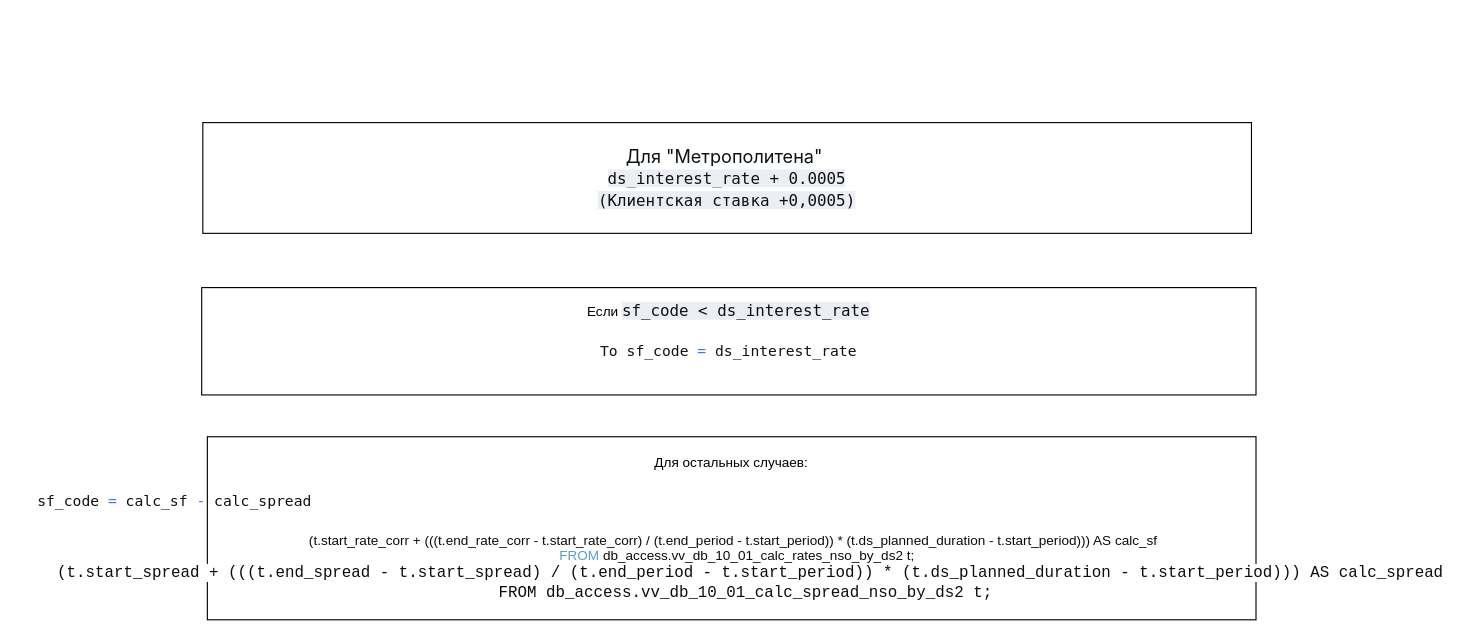
This is page "НСО" (2 of 2) of Диаграмма без названия.drawio from NATALYAAAAAAAA/potter, a draw.io file, before an edit. Source tidied: cells renumbered, new cells numbered last; positions are measured from the earlier drawing's top-left corner, leaving out a move shared by most shapes. Both pictures are drawn from the tidied source at 113%, with x=0, y=0 at pixel (201, 122).
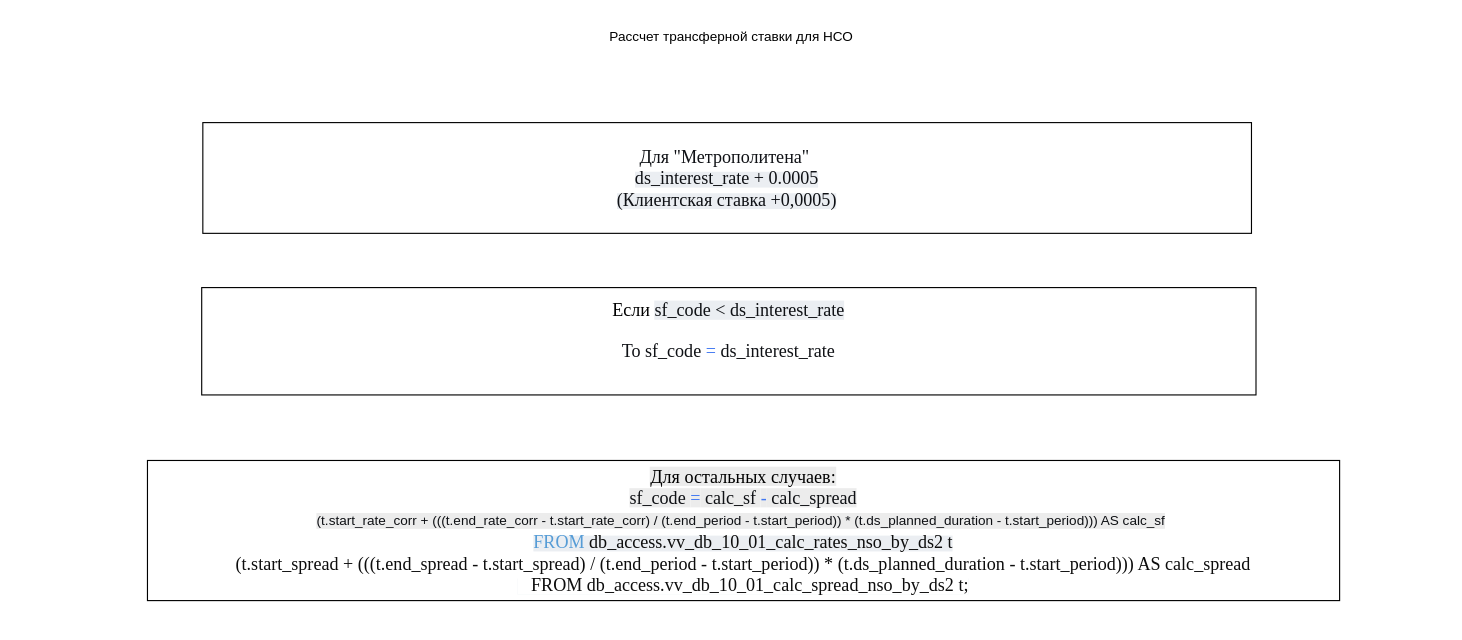
The same page after the edit.

Change to the diagram source:
```diff
@@
 <mxGraphModel>
   <root>
     <mxCell id="0" />
     <mxCell id="1" parent="0" />
-    <mxCell id="2" value="&lt;span style=&quot;color: rgb(15, 17, 21); font-family: quote-cjk-patch, Inter, system-ui, -apple-system, BlinkMacSystemFont, &amp;quot;Segoe UI&amp;quot;, Roboto, Oxygen, Ubuntu, Cantarell, &amp;quot;Open Sans&amp;quot;, &amp;quot;Helvetica Neue&amp;quot;, sans-serif; font-size: 16px; text-align: start; background-color: rgb(255, 255, 255);&quot;&gt;Для &quot;Метрополитена&quot;&amp;nbsp;&lt;/span&gt;&lt;div&gt;&lt;span style=&quot;color: rgb(15, 17, 21); font-family: quote-cjk-patch, Inter, system-ui, -apple-system, BlinkMacSystemFont, &amp;quot;Segoe UI&amp;quot;, Roboto, Oxygen, Ubuntu, Cantarell, &amp;quot;Open Sans&amp;quot;, &amp;quot;Helvetica Neue&amp;quot;, sans-serif; font-size: 16px; text-align: start; background-color: rgb(255, 255, 255);&quot;&gt;&lt;span style=&quot;font-family: Menlo, Monaco, Consolas, &amp;quot;Cascadia Mono&amp;quot;, &amp;quot;Ubuntu Mono&amp;quot;, &amp;quot;DejaVu Sans Mono&amp;quot;, &amp;quot;Liberation Mono&amp;quot;, &amp;quot;JetBrains Mono&amp;quot;, &amp;quot;Fira Code&amp;quot;, Cousine, &amp;quot;Roboto Mono&amp;quot;, &amp;quot;Courier New&amp;quot;, Courier, sans-serif, system-ui; font-size: 14px; background-color: rgb(235, 238, 242);&quot;&gt;ds_interest_rate + 0.0005&lt;/span&gt;&lt;/span&gt;&lt;/div&gt;&lt;div&gt;&lt;span style=&quot;color: rgb(15, 17, 21); text-align: start; background-color: rgb(255, 255, 255); font-size: 16px; font-family: quote-cjk-patch, Inter, system-ui, -apple-system, BlinkMacSystemFont, &amp;quot;Segoe UI&amp;quot;, Roboto, Oxygen, Ubuntu, Cantarell, &amp;quot;Open Sans&amp;quot;, &amp;quot;Helvetica Neue&amp;quot;, sans-serif;&quot;&gt;&lt;span style=&quot;font-family: Menlo, Monaco, Consolas, &amp;quot;Cascadia Mono&amp;quot;, &amp;quot;Ubuntu Mono&amp;quot;, &amp;quot;DejaVu Sans Mono&amp;quot;, &amp;quot;Liberation Mono&amp;quot;, &amp;quot;JetBrains Mono&amp;quot;, &amp;quot;Fira Code&amp;quot;, Cousine, &amp;quot;Roboto Mono&amp;quot;, &amp;quot;Courier New&amp;quot;, Courier, sans-serif, system-ui; font-size: 14px; background-color: rgb(235, 238, 242);&quot;&gt;(Клиентская ставка +0,0005)&lt;/span&gt;&lt;/span&gt;&lt;/div&gt;" style="rounded=0;whiteSpace=wrap;html=1;" parent="1" vertex="1">
+    <mxCell id="2" value="&lt;span style=&quot;color: rgb(15, 17, 21); text-align: start; background-color: rgb(255, 255, 255);&quot;&gt;&lt;font style=&quot;font-size: 16px;&quot; face=&quot;Times New Roman&quot;&gt;Для &quot;Метрополитена&quot;&amp;nbsp;&lt;/font&gt;&lt;/span&gt;&lt;div&gt;&lt;span style=&quot;color: rgb(15, 17, 21); text-align: start; background-color: rgb(255, 255, 255);&quot;&gt;&lt;span style=&quot;background-color: rgb(235, 238, 242);&quot;&gt;&lt;font style=&quot;font-size: 16px;&quot; face=&quot;Times New Roman&quot;&gt;ds_interest_rate + 0.0005&lt;/font&gt;&lt;/span&gt;&lt;/span&gt;&lt;/div&gt;&lt;div&gt;&lt;span style=&quot;color: rgb(15, 17, 21); text-align: start; background-color: rgb(255, 255, 255);&quot;&gt;&lt;span style=&quot;background-color: rgb(235, 238, 242);&quot;&gt;&lt;font style=&quot;font-size: 16px;&quot; face=&quot;Times New Roman&quot;&gt;(Клиентская ставка +0,0005)&lt;/font&gt;&lt;/span&gt;&lt;/span&gt;&lt;/div&gt;" style="rounded=0;whiteSpace=wrap;html=1;" parent="1" vertex="1">
       <mxGeometry x="1" width="928" height="98" as="geometry" />
     </mxCell>
-    <mxCell id="3" value="Если&amp;nbsp;&lt;span style=&quot;color: rgb(15, 17, 21); font-family: Menlo, Monaco, Consolas, &amp;quot;Cascadia Mono&amp;quot;, &amp;quot;Ubuntu Mono&amp;quot;, &amp;quot;DejaVu Sans Mono&amp;quot;, &amp;quot;Liberation Mono&amp;quot;, &amp;quot;JetBrains Mono&amp;quot;, &amp;quot;Fira Code&amp;quot;, Cousine, &amp;quot;Roboto Mono&amp;quot;, &amp;quot;Courier New&amp;quot;, Courier, sans-serif, system-ui; font-size: 14px; text-align: start; background-color: rgb(235, 238, 242);&quot;&gt;sf_code &amp;lt; ds_interest_rate&lt;/span&gt;&lt;div&gt;&lt;div style=&quot;text-align: start;&quot;&gt;&lt;pre style=&quot;font-variant-numeric: normal; font-variant-east-asian: normal; font-variant-alternates: normal; font-size-adjust: none; font-language-override: normal; font-kerning: auto; font-optical-sizing: auto; font-feature-settings: normal; font-variation-settings: normal; font-variant-position: normal; font-variant-emoji: normal; font-stretch: normal; font-size: 13px; line-height: 22px; font-family: Menlo, Monaco, Consolas, &amp;quot;Cascadia Mono&amp;quot;, &amp;quot;Ubuntu Mono&amp;quot;, &amp;quot;DejaVu Sans Mono&amp;quot;, &amp;quot;Liberation Mono&amp;quot;, &amp;quot;JetBrains Mono&amp;quot;, &amp;quot;Fira Code&amp;quot;, Cousine, &amp;quot;Roboto Mono&amp;quot;, &amp;quot;Courier New&amp;quot;, Courier, sans-serif, system-ui; overflow: auto; text-wrap-mode: wrap; word-break: break-all; padding: 16px; color: rgb(15, 17, 21); margin: 0px !important;&quot;&gt;То sf_code &lt;span class=&quot;token operator&quot; style=&quot;color: rgb(64, 120, 242);&quot;&gt;=&lt;/span&gt; ds_interest_rate&lt;/pre&gt;&lt;/div&gt;&lt;/div&gt;" style="rounded=0;whiteSpace=wrap;html=1;spacing=1;verticalAlign=middle;" parent="1" vertex="1">
+    <mxCell id="3" value="&lt;font style=&quot;font-size: 16px;&quot; face=&quot;Times New Roman&quot;&gt;Если&amp;nbsp;&lt;span style=&quot;color: rgb(15, 17, 21); background-color: rgb(235, 238, 242);&quot;&gt;sf_code &amp;lt; ds_interest_rate&lt;/span&gt;&lt;/font&gt;&lt;div&gt;&lt;div style=&quot;&quot;&gt;&lt;pre style=&quot;font-variant-numeric: normal; font-variant-east-asian: normal; font-variant-alternates: normal; font-size-adjust: none; font-language-override: normal; font-kerning: auto; font-optical-sizing: auto; font-feature-settings: normal; font-variation-settings: normal; font-variant-position: normal; font-variant-emoji: normal; font-stretch: normal; line-height: 22px; overflow: auto; text-wrap-mode: wrap; word-break: break-all; padding: 16px; color: rgb(15, 17, 21); margin: 0px !important;&quot;&gt;&lt;font style=&quot;font-size: 16px;&quot; face=&quot;Times New Roman&quot;&gt;То sf_code &lt;span class=&quot;token operator&quot; style=&quot;color: rgb(64, 120, 242);&quot;&gt;=&lt;/span&gt; ds_interest_rate&lt;/font&gt;&lt;/pre&gt;&lt;/div&gt;&lt;/div&gt;" style="rounded=0;whiteSpace=wrap;html=1;spacing=1;verticalAlign=middle;align=center;" parent="1" vertex="1">
       <mxGeometry y="146" width="933" height="95" as="geometry" />
     </mxCell>
-    <mxCell id="4" value="Для остальных случаев:&lt;div&gt;&lt;pre style=&quot;font-variant-numeric: normal; font-variant-east-asian: normal; font-variant-alternates: normal; font-size-adjust: none; font-language-override: normal; font-kerning: auto; font-optical-sizing: auto; font-feature-settings: normal; font-variation-settings: normal; font-variant-position: normal; font-variant-emoji: normal; font-stretch: normal; font-size: 13px; line-height: 22px; font-family: Menlo, Monaco, Consolas, &amp;quot;Cascadia Mono&amp;quot;, &amp;quot;Ubuntu Mono&amp;quot;, &amp;quot;DejaVu Sans Mono&amp;quot;, &amp;quot;Liberation Mono&amp;quot;, &amp;quot;JetBrains Mono&amp;quot;, &amp;quot;Fira Code&amp;quot;, Cousine, &amp;quot;Roboto Mono&amp;quot;, &amp;quot;Courier New&amp;quot;, Courier, sans-serif, system-ui; overflow: auto; text-wrap-mode: wrap; word-break: break-all; padding: 16px; color: rgb(15, 17, 21); text-align: start; margin: 0px !important;&quot;&gt;sf_code &lt;span class=&quot;token operator&quot; style=&quot;color: rgb(64, 120, 242);&quot;&gt;=&lt;/span&gt; calc_sf &lt;span class=&quot;token operator&quot; style=&quot;color: rgb(64, 120, 242);&quot;&gt;-&lt;/span&gt; calc_spread&lt;/pre&gt;&lt;/div&gt;&lt;div&gt;&lt;div&gt;&lt;font style=&quot;color: rgb(13, 13, 13);&quot;&gt;&amp;nbsp;(t.start_rate_corr + (((t.end_rate_corr - t.start_rate_corr) / (t.end_period - t.start_period)) * (t.ds_planned_duration - t.start_period))) AS calc_sf&lt;/font&gt;&lt;/div&gt;&lt;div&gt;&lt;font style=&quot;color: rgb(13, 13, 13);&quot;&gt;&amp;nbsp; &amp;nbsp;&lt;span style=&quot;color: rgb(86, 156, 214);&quot;&gt;FROM&lt;/span&gt; db_access.vv_db_10_01_calc_rates_nso_by_ds2 t;&lt;/font&gt;&lt;/div&gt;&lt;font style=&quot;color: rgb(13, 13, 13);&quot;&gt;&lt;div style=&quot;font-family: Consolas, &amp;quot;Courier New&amp;quot;, monospace; font-size: 14px; white-space: pre;&quot;&gt;&lt;font style=&quot;background-color: rgb(255, 255, 255);&quot;&gt;&amp;nbsp; &amp;nbsp; (t.start_spread + (((t.end_spread - t.start_spread) / (t.end_period - t.start_period)) * (t.ds_planned_duration - t.start_period))) AS calc_spread&lt;/font&gt;&lt;/div&gt;&lt;div style=&quot;font-family: Consolas, &amp;quot;Courier New&amp;quot;, monospace; font-size: 14px; white-space: pre;&quot;&gt;&lt;font style=&quot;background-color: rgb(255, 255, 255);&quot;&gt;&amp;nbsp; &amp;nbsp;FROM db_access.vv_db_10_01_calc_spread_nso_by_ds2 t;&lt;/font&gt;&lt;/div&gt;&lt;/font&gt;&lt;/div&gt;" style="whiteSpace=wrap;html=1;" parent="1" vertex="1">
-      <mxGeometry x="5" y="278" width="928" height="162" as="geometry" />
-    </mxCell>
+    <mxCell id="5" value="Рассчет трансферной ставки для НСО" style="text;html=1;whiteSpace=wrap;strokeColor=none;fillColor=none;align=center;verticalAlign=middle;rounded=0;" parent="1" vertex="1">
+      <mxGeometry x="300" y="-91" width="338" height="30" as="geometry" />
+    </mxCell>
+    <mxCell id="6" value="&lt;span style=&quot;color: rgb(15, 17, 21); text-align: start; background-color: rgb(255, 255, 255);&quot;&gt;&lt;font face=&quot;Times New Roman&quot; style=&quot;color: rgb(0, 0, 0); text-align: center; background-color: rgb(236, 236, 236); font-size: 16px;&quot;&gt;Для остальных случаев:&lt;/font&gt;&lt;div style=&quot;color: rgb(0, 0, 0); text-align: center; background-color: rgb(236, 236, 236);&quot;&gt;&lt;/div&gt;&lt;span style=&quot;font-size: 16px; font-family: &amp;quot;Times New Roman&amp;quot;; background-color: rgb(236, 236, 236); color: light-dark(rgb(15, 17, 21), rgb(222, 223, 227)); text-align: center;&quot;&gt;sf_code &lt;/span&gt;&lt;span class=&quot;token operator&quot; style=&quot;font-size: 16px; font-family: &amp;quot;Times New Roman&amp;quot;; background-color: rgb(236, 236, 236); text-align: center; color: rgb(64, 120, 242);&quot;&gt;=&lt;/span&gt;&lt;span style=&quot;font-size: 16px; font-family: &amp;quot;Times New Roman&amp;quot;; background-color: rgb(236, 236, 236); color: light-dark(rgb(15, 17, 21), rgb(222, 223, 227)); text-align: center;&quot;&gt; calc_sf &lt;/span&gt;&lt;span class=&quot;token operator&quot; style=&quot;font-size: 16px; font-family: &amp;quot;Times New Roman&amp;quot;; background-color: rgb(236, 236, 236); text-align: center; color: rgb(64, 120, 242);&quot;&gt;-&lt;/span&gt;&lt;span style=&quot;font-size: 16px; font-family: &amp;quot;Times New Roman&amp;quot;; background-color: rgb(236, 236, 236); color: light-dark(rgb(15, 17, 21), rgb(222, 223, 227)); text-align: center;&quot;&gt; calc_spread&lt;/span&gt;&lt;br&gt;&lt;span style=&quot;background-color: rgb(236, 236, 236); color: light-dark(rgb(15, 17, 21), rgb(222, 223, 227)); text-align: center;&quot;&gt;(t.start_rate_corr + (((t.end_rate_corr - t.start_rate_corr) / (t.end_period - t.start_period)) * (t.ds_planned_duration - t.start_period))) AS calc_sf&lt;/span&gt;&lt;font face=&quot;Times New Roman&quot; style=&quot;font-size: 16px;&quot;&gt;&amp;nbsp;&lt;br&gt;&lt;/font&gt;&lt;/span&gt;&lt;div&gt;&lt;span style=&quot;color: rgb(15, 17, 21); text-align: start; background-color: rgb(255, 255, 255);&quot;&gt;&lt;span style=&quot;background-color: rgb(235, 238, 242);&quot;&gt;&lt;span style=&quot;background-color: transparent; text-align: center; font-family: &amp;quot;Times New Roman&amp;quot;; font-size: 16px; color: rgb(86, 156, 214);&quot;&gt;FROM&lt;/span&gt;&lt;span style=&quot;background-color: transparent; text-align: center; color: rgb(13, 13, 13); font-family: &amp;quot;Times New Roman&amp;quot;; font-size: 16px;&quot;&gt;&amp;nbsp;db_access.vv_db_10_01_calc_rates_nso_by_ds2 t&lt;/span&gt;&lt;/span&gt;&lt;/span&gt;&lt;/div&gt;&lt;div style=&quot;color: rgb(13, 13, 13); font-family: &amp;quot;Times New Roman&amp;quot;; font-size: 16px; white-space: pre;&quot;&gt;&lt;font style=&quot;background-color: rgb(255, 255, 255);&quot;&gt;(t.start_spread + (((t.end_spread - t.start_spread) / (t.end_period - t.start_period)) * (t.ds_planned_duration - t.start_period))) AS calc_spread&lt;/font&gt;&lt;/div&gt;&lt;div&gt;&lt;span style=&quot;color: rgb(15, 17, 21); text-align: start; background-color: rgb(255, 255, 255);&quot;&gt;&lt;span style=&quot;background-color: rgb(235, 238, 242);&quot;&gt;&lt;span style=&quot;background-color: light-dark(rgb(255, 255, 255), rgb(18, 18, 18)); color: rgb(13, 13, 13); font-family: &amp;quot;Times New Roman&amp;quot;; font-size: 16px; white-space: pre; text-align: center;&quot;&gt;&amp;nbsp; &amp;nbsp;FROM db_access.vv_db_10_01_calc_spread_nso_by_ds2 t;&lt;/span&gt;&lt;/span&gt;&lt;/span&gt;&lt;/div&gt;" style="rounded=0;whiteSpace=wrap;html=1;" parent="1" vertex="1">
+      <mxGeometry x="-48" y="299" width="1055" height="124" as="geometry" />
+    </mxCell>
   </root>
 </mxGraphModel>
```
